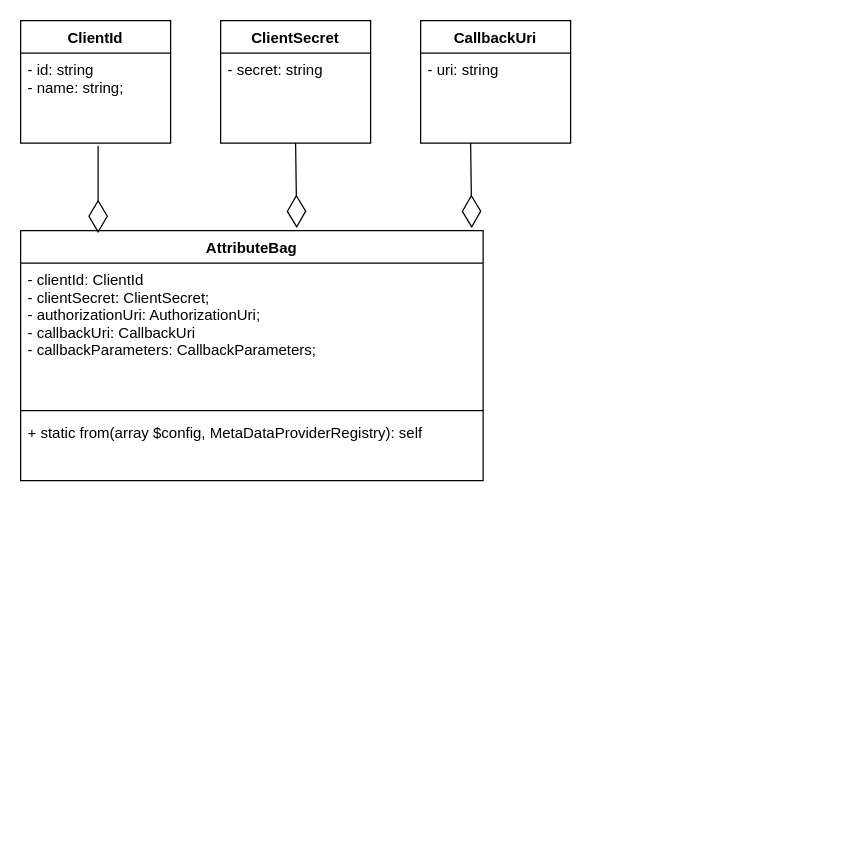
Before: page "attributes" (3 of 3) of oauth.drawio in andrzej-pakula/oauth-api-connector-bundle, a draw.io diagram. Source tidied: cells renumbered, new cells numbered last; positions are measured from the earlier drawing's top-left corner, leaving out a move shared by most shapes. Both pictures are drawn from the tidied source at 125%, with x=0, y=0 at pixel (20, 20).
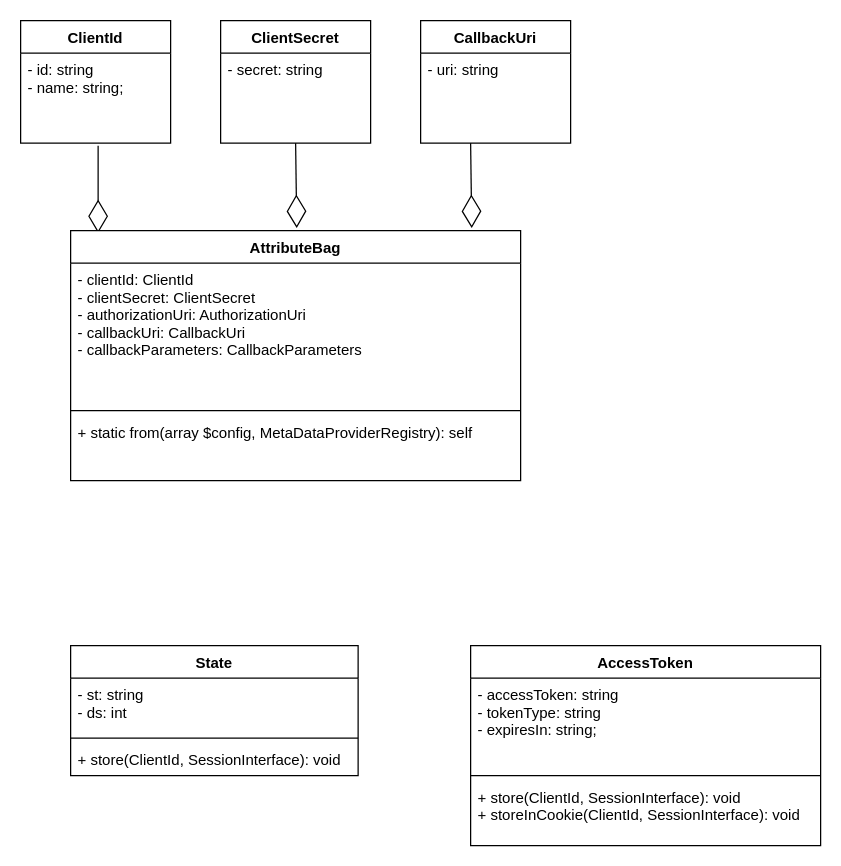
The same diagram, later.

The edit, as a diff of the source:
```diff
@@
-    <mxCell id="3" value="AttributeBag" style="swimlane;fontStyle=1;align=center;verticalAlign=top;horizontal=1;startSize=26;strokeColor=#000000;" parent="1" vertex="1">
-      <mxGeometry y="168" width="370" height="200" as="geometry" />
-    </mxCell>
-    <mxCell id="4" value="- clientId: ClientId&#10;- clientSecret: ClientSecret;&#10;- authorizationUri: AuthorizationUri;&#10;- callbackUri: CallbackUri&#10;- callbackParameters: CallbackParameters;&#10;" style="text;strokeColor=none;fillColor=none;align=left;verticalAlign=top;spacingLeft=4;spacingRight=4;overflow=hidden;" parent="3" vertex="1">
-      <mxGeometry y="26" width="370" height="114" as="geometry" />
-    </mxCell>
-    <mxCell id="5" style="line;strokeWidth=1;fillColor=none;align=left;verticalAlign=middle;spacingTop=-1;spacingLeft=3;spacingRight=3;labelPosition=right;" parent="3" vertex="1">
-      <mxGeometry y="140" width="370" height="8" as="geometry" />
-    </mxCell>
-    <mxCell id="6" value="+ static from(array $config, MetaDataProviderRegistry): self" style="text;strokeColor=none;fillColor=none;align=left;verticalAlign=top;spacingLeft=4;spacingRight=4;overflow=hidden;" parent="3" vertex="1">
-      <mxGeometry y="148" width="370" height="52" as="geometry" />
-    </mxCell>
@@
+    <mxCell id="3" value="AttributeBag" style="swimlane;fontStyle=1;align=center;verticalAlign=top;horizontal=1;startSize=26;strokeColor=#000000;" parent="1" vertex="1">
+      <mxGeometry x="40" y="168" width="360" height="200" as="geometry" />
+    </mxCell>
+    <mxCell id="4" value="- clientId: ClientId&#10;- clientSecret: ClientSecret&#10;- authorizationUri: AuthorizationUri&#10;- callbackUri: CallbackUri&#10;- callbackParameters: CallbackParameters&#10;" style="text;strokeColor=none;fillColor=none;align=left;verticalAlign=top;spacingLeft=4;spacingRight=4;overflow=hidden;" parent="3" vertex="1">
+      <mxGeometry y="26" width="360" height="114" as="geometry" />
+    </mxCell>
+    <mxCell id="5" style="line;strokeWidth=1;fillColor=none;align=left;verticalAlign=middle;spacingTop=-1;spacingLeft=3;spacingRight=3;labelPosition=right;" parent="3" vertex="1">
+      <mxGeometry y="140" width="360" height="8" as="geometry" />
+    </mxCell>
+    <mxCell id="6" value="+ static from(array $config, MetaDataProviderRegistry): self" style="text;strokeColor=none;fillColor=none;align=left;verticalAlign=top;spacingLeft=4;spacingRight=4;overflow=hidden;" parent="3" vertex="1">
+      <mxGeometry y="148" width="360" height="52" as="geometry" />
+    </mxCell>
+    <mxCell id="18" value="State" style="swimlane;fontStyle=1;align=center;verticalAlign=top;horizontal=1;startSize=26;" parent="1" vertex="1">
+      <mxGeometry x="40" y="500" width="230" height="104" as="geometry" />
+    </mxCell>
+    <mxCell id="19" value="- st: string&#10;- ds: int&#10;" style="text;strokeColor=none;fillColor=none;align=left;verticalAlign=top;spacingLeft=4;spacingRight=4;overflow=hidden;" parent="18" vertex="1">
+      <mxGeometry y="26" width="230" height="44" as="geometry" />
+    </mxCell>
+    <mxCell id="20" style="line;strokeWidth=1;fillColor=none;align=left;verticalAlign=middle;spacingTop=-1;spacingLeft=3;spacingRight=3;labelPosition=right;" parent="18" vertex="1">
+      <mxGeometry y="70" width="230" height="8" as="geometry" />
+    </mxCell>
+    <mxCell id="21" value="+ store(ClientId, SessionInterface): void" style="text;strokeColor=none;fillColor=none;align=left;verticalAlign=top;spacingLeft=4;spacingRight=4;overflow=hidden;" parent="18" vertex="1">
+      <mxGeometry y="78" width="230" height="26" as="geometry" />
+    </mxCell>
+    <mxCell id="22" value="AccessToken" style="swimlane;fontStyle=1;align=center;verticalAlign=top;horizontal=1;startSize=26;" parent="1" vertex="1">
+      <mxGeometry x="360" y="500" width="280" height="160" as="geometry" />
+    </mxCell>
+    <mxCell id="23" value="- accessToken: string&#10;- tokenType: string&#10;- expiresIn: string;" style="text;strokeColor=none;fillColor=none;align=left;verticalAlign=top;spacingLeft=4;spacingRight=4;overflow=hidden;" parent="22" vertex="1">
+      <mxGeometry y="26" width="280" height="74" as="geometry" />
+    </mxCell>
+    <mxCell id="24" style="line;strokeWidth=1;fillColor=none;align=left;verticalAlign=middle;spacingTop=-1;spacingLeft=3;spacingRight=3;labelPosition=right;" parent="22" vertex="1">
+      <mxGeometry y="100" width="280" height="8" as="geometry" />
+    </mxCell>
+    <mxCell id="25" value="+ store(ClientId, SessionInterface): void&#10;+ storeInCookie(ClientId, SessionInterface): void" style="text;strokeColor=none;fillColor=none;align=left;verticalAlign=top;spacingLeft=4;spacingRight=4;overflow=hidden;" parent="22" vertex="1">
+      <mxGeometry y="108" width="280" height="52" as="geometry" />
+    </mxCell>
```
